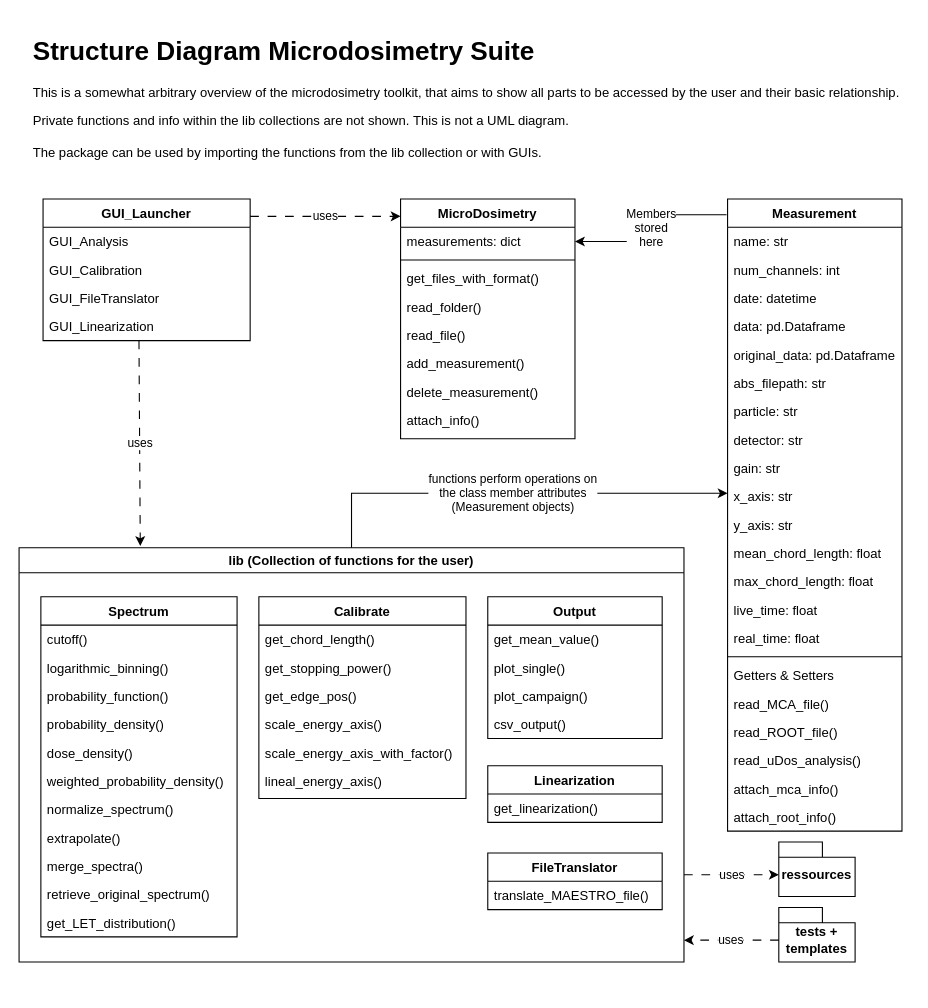
Before: docs/structure_diagram.drawio in hiaslknopf/APFELmuS, a draw.io diagram. Source tidied: cells renumbered, new cells numbered last; positions are measured from the earlier drawing's top-left corner, leaving out a move shared by most shapes. Both pictures are drawn from the tidied source at 109%, with x=0, y=0 at pixel (19, 29).
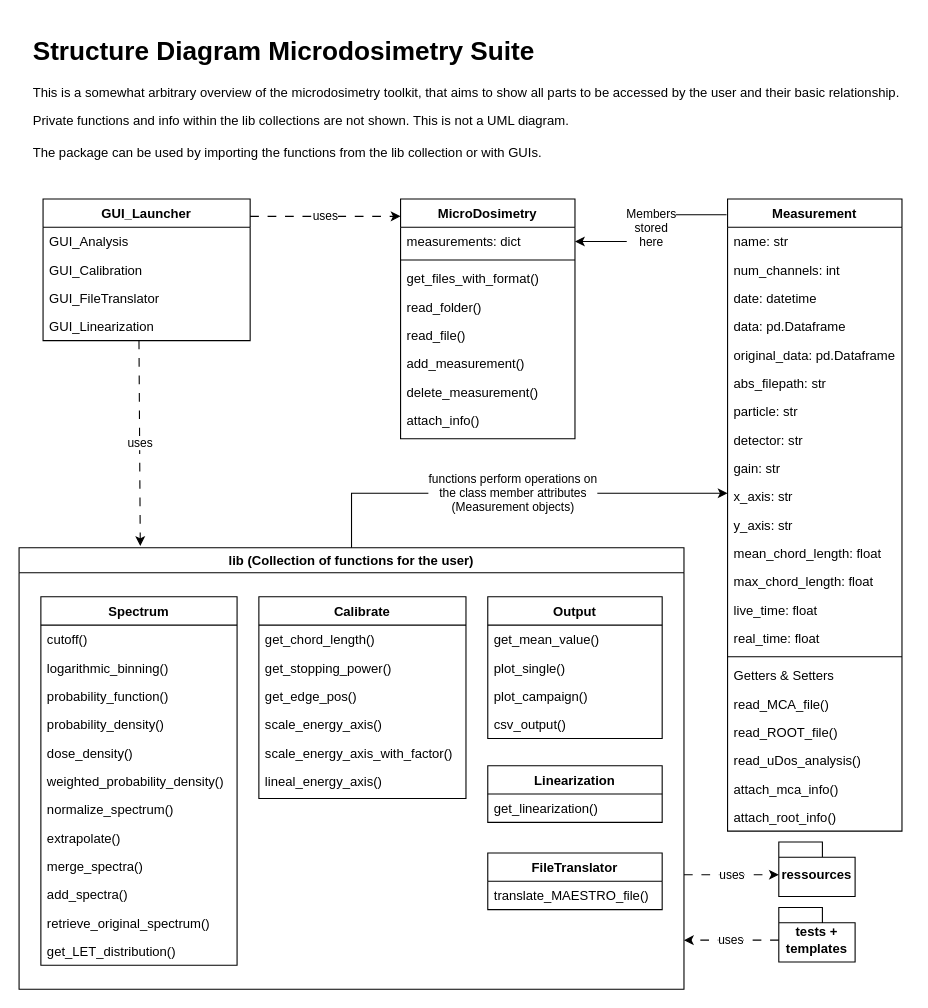
The same diagram, later.

Commit message (it also covers changes not shown here):
Add_spectra() method; Changed project path in templates to APFELmuS; Minor improvements in GUIs; Add spectrum Testfile

The edit, as a diff of the source:
```diff
@@
     <mxCell id="35" value="lib (Collection of functions for the user)" style="swimlane;whiteSpace=wrap;html=1;" parent="1" vertex="1">
-      <mxGeometry y="475" width="610" height="380" as="geometry" />
+      <mxGeometry y="475" width="610" height="405" as="geometry" />
     </mxCell>
@@
     <mxCell id="48" value="Spectrum" style="swimlane;fontStyle=1;align=center;verticalAlign=top;horizontal=1;startSize=26;rounded=0;shadow=0;strokeWidth=1;" parent="35" vertex="1">
-      <mxGeometry x="20" y="45" width="180" height="312" as="geometry" />
+      <mxGeometry x="20" y="45" width="180" height="338" as="geometry" />
     </mxCell>
@@
+    <mxCell id="77" value="add_spectra()" style="text;align=left;verticalAlign=top;spacingLeft=4;spacingRight=4;overflow=hidden;" parent="48" vertex="1">
+      <mxGeometry y="260" width="180" height="26" as="geometry" />
+    </mxCell>
     <mxCell id="58" value="retrieve_original_spectrum()" style="text;align=left;verticalAlign=top;spacingLeft=4;spacingRight=4;overflow=hidden;" parent="48" vertex="1">
-      <mxGeometry y="260" width="180" height="26" as="geometry" />
+      <mxGeometry y="286" width="180" height="26" as="geometry" />
     </mxCell>
     <mxCell id="59" value="get_LET_distribution()" style="text;align=left;verticalAlign=top;spacingLeft=4;spacingRight=4;overflow=hidden;" parent="48" vertex="1">
-      <mxGeometry y="286" width="180" height="26" as="geometry" />
+      <mxGeometry y="312" width="180" height="26" as="geometry" />
     </mxCell>
```
